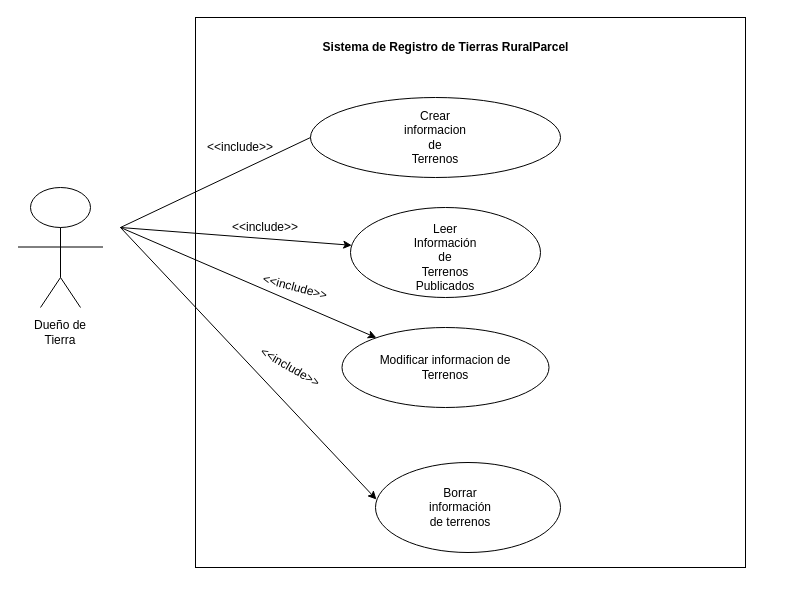
The draw.io diagram Untitled Diagram.drawio in seandaza/RuralParcel, before the edit. Source tidied: cells renumbered, new cells numbered last; positions are measured from the earlier drawing's top-left corner, leaving out a move shared by most shapes. Both pictures are drawn from the tidied source at 100%, with x=0, y=0 at pixel (18, 17).
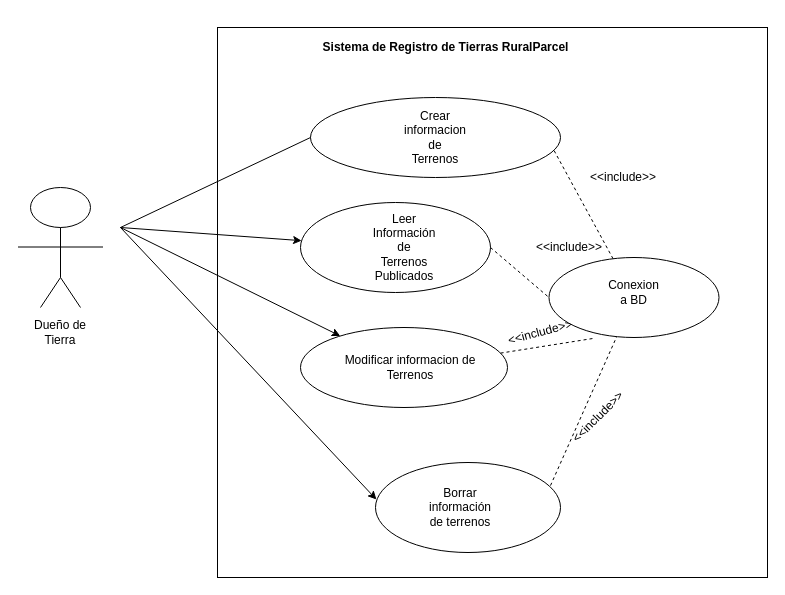
Above is the later version.

Unchanged cells that the change refers to:
```xml
<mxCell id="4" style="ellipse;whiteSpace=wrap;html=1;" parent="1" vertex="1">
  <mxGeometry x="292" y="80" width="250" height="80" as="geometry" />
</mxCell>
<mxCell id="16" style="ellipse;whiteSpace=wrap;html=1;" parent="1" vertex="1">
  <mxGeometry x="357" y="445" width="185" height="90" as="geometry" />
</mxCell>
```

What changed in the source:
```diff
@@
     <mxCell id="2" style="whiteSpace=wrap;html=1;" parent="1" vertex="1">
-      <mxGeometry x="177" width="550" height="550" as="geometry" />
+      <mxGeometry x="199" y="10" width="550" height="550" as="geometry" />
     </mxCell>
@@
     <mxCell id="5" style="ellipse;whiteSpace=wrap;html=1;" parent="1" vertex="1">
-      <mxGeometry x="332" y="190" width="190" height="90" as="geometry" />
+      <mxGeometry x="282" y="185" width="190" height="90" as="geometry" />
     </mxCell>
     <mxCell id="6" style="ellipse;whiteSpace=wrap;html=1;" parent="1" vertex="1">
-      <mxGeometry x="323.5" y="310" width="207" height="80" as="geometry" />
+      <mxGeometry x="282" y="310" width="207" height="80" as="geometry" />
     </mxCell>
     <mxCell id="7" value="Modificar informacion de Terrenos" style="text;html=1;strokeColor=none;fillColor=none;align=center;verticalAlign=middle;whiteSpace=wrap;rounded=0;" parent="1" vertex="1">
-      <mxGeometry x="357" y="340" width="140" height="20" as="geometry" />
+      <mxGeometry x="322" y="340" width="140" height="20" as="geometry" />
     </mxCell>
@@
     <mxCell id="18" value="Leer Información de Terrenos Publicados" style="text;html=1;strokeColor=none;fillColor=none;align=center;verticalAlign=middle;whiteSpace=wrap;rounded=0;" parent="1" vertex="1">
-      <mxGeometry x="407" y="230" width="40" height="20" as="geometry" />
+      <mxGeometry x="365.5" y="220" width="40" height="20" as="geometry" />
     </mxCell>
@@
-    <mxCell id="22" value="&amp;lt;&amp;lt;include&amp;gt;&amp;gt;" style="text;html=1;strokeColor=none;fillColor=none;align=center;verticalAlign=middle;whiteSpace=wrap;rounded=0;rotation=30;" parent="1" vertex="1">
-      <mxGeometry x="252" y="340" width="40" height="20" as="geometry" />
+    <mxCell id="22" value="&amp;lt;&amp;lt;include&amp;gt;&amp;gt;" style="text;html=1;strokeColor=none;fillColor=none;align=center;verticalAlign=middle;whiteSpace=wrap;rounded=0;rotation=-45;" parent="1" vertex="1">
+      <mxGeometry x="559.5" y="390" width="40" height="20" as="geometry" />
     </mxCell>
-    <mxCell id="23" value="&amp;lt;&amp;lt;include&amp;gt;&amp;gt;" style="text;html=1;strokeColor=none;fillColor=none;align=center;verticalAlign=middle;whiteSpace=wrap;rounded=0;rotation=15;" parent="1" vertex="1">
-      <mxGeometry x="257" y="260" width="40" height="20" as="geometry" />
+    <mxCell id="23" value="&amp;lt;&amp;lt;include&amp;gt;&amp;gt;" style="text;html=1;strokeColor=none;fillColor=none;align=center;verticalAlign=middle;whiteSpace=wrap;rounded=0;rotation=-15;" parent="1" vertex="1">
+      <mxGeometry x="502" y="305" width="40" height="20" as="geometry" />
     </mxCell>
     <mxCell id="24" value="&amp;lt;&amp;lt;include&amp;gt;&amp;gt;" style="text;html=1;strokeColor=none;fillColor=none;align=center;verticalAlign=middle;whiteSpace=wrap;rounded=0;" parent="1" vertex="1">
-      <mxGeometry x="227" y="200" width="40" height="20" as="geometry" />
+      <mxGeometry x="530.5" y="220" width="40" height="20" as="geometry" />
     </mxCell>
     <mxCell id="25" value="&amp;lt;&amp;lt;include&amp;gt;&amp;gt;" style="text;html=1;strokeColor=none;fillColor=none;align=center;verticalAlign=middle;whiteSpace=wrap;rounded=0;" parent="1" vertex="1">
-      <mxGeometry x="177" y="120" width="90" height="20" as="geometry" />
+      <mxGeometry x="559.5" y="150" width="90" height="20" as="geometry" />
     </mxCell>
+    <mxCell id="26" style="ellipse;whiteSpace=wrap;html=1;" parent="1" vertex="1">
+      <mxGeometry x="530.5" y="240" width="170" height="80" as="geometry" />
+    </mxCell>
+    <mxCell id="27" value="Conexion a BD" style="text;html=1;strokeColor=none;fillColor=none;align=center;verticalAlign=middle;whiteSpace=wrap;rounded=0;" parent="1" vertex="1">
+      <mxGeometry x="598" y="265" width="35" height="20" as="geometry" />
+    </mxCell>
+    <mxCell id="28" style="endArrow=none;dashed=1;html=1;entryX=0.972;entryY=0.65;entryDx=0;entryDy=0;entryPerimeter=0;" parent="1" edge="1" source="26" target="4">
+      <mxGeometry relative="1" as="geometry" />
+    </mxCell>
+    <mxCell id="29" style="endArrow=none;dashed=1;html=1;entryX=0;entryY=0.5;entryDx=0;entryDy=0;exitX=1;exitY=0.5;exitDx=0;exitDy=0;" parent="1" edge="1" source="5" target="26">
+      <mxGeometry relative="1" as="geometry" />
+    </mxCell>
+    <mxCell id="30" style="endArrow=none;dashed=1;html=1;entryX=0.256;entryY=1.013;entryDx=0;entryDy=0;entryPerimeter=0;" parent="1" edge="1" source="6" target="26">
+      <mxGeometry relative="1" as="geometry" />
+    </mxCell>
+    <mxCell id="31" style="endArrow=none;dashed=1;html=1;exitX=0.946;exitY=0.256;exitDx=0;exitDy=0;exitPerimeter=0;" parent="1" edge="1" source="16" target="26">
+      <mxGeometry relative="1" as="geometry" />
+    </mxCell>
```
